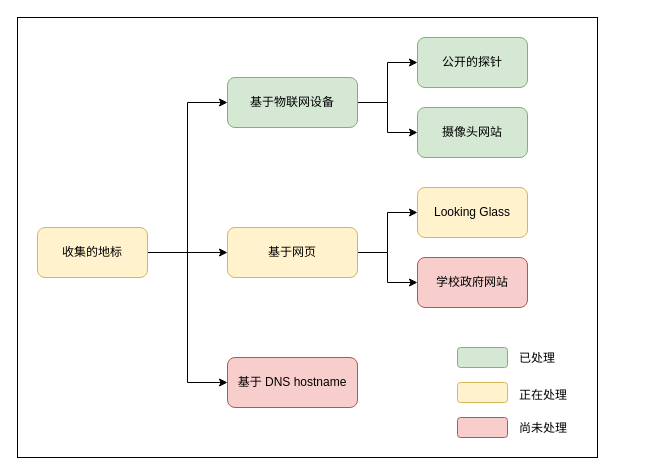
Earlier version of the draw.io diagram Untitled Diagram.drawio (masterAllen/ImageSave). Source tidied: cells renumbered, new cells numbered last; positions are measured from the earlier drawing's top-left corner, leaving out a move shared by most shapes. Both pictures are drawn from the tidied source at 100%, with x=0, y=0 at pixel (17, 17).
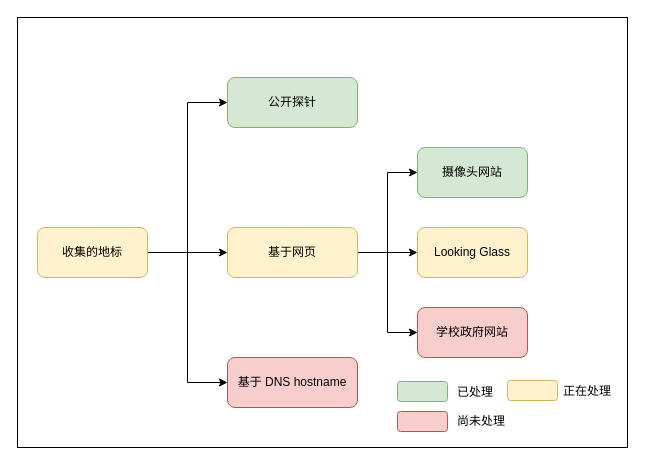
The same diagram, later.

Unchanged cells that the change refers to:
```xml
<mxCell id="8" value="基于网页" style="rounded=1;whiteSpace=wrap;html=1;fillColor=#fff2cc;strokeColor=#d6b656;" parent="1" vertex="1">
  <mxGeometry x="210" y="210" width="130" height="50" as="geometry" />
</mxCell>
```

Change to the diagram source:
```diff
@@
+    <mxCell id="24" style="rounded=0;whiteSpace=wrap;html=1;fillColor=none;" parent="1" vertex="1">
+      <mxGeometry width="610" height="430" as="geometry" />
+    </mxCell>
@@
+    <mxCell id="25" style="edgeStyle=orthogonalEdgeStyle;rounded=0;jettySize=auto;html=1;entryX=0;entryY=0.5;entryDx=0;entryDy=0;" parent="1" edge="1" source="8" target="14">
+      <mxGeometry relative="1" as="geometry" />
+    </mxCell>
@@
-    <mxCell id="9" style="edgeStyle=orthogonalEdgeStyle;rounded=0;jettySize=auto;html=1;entryX=0;entryY=0.5;entryDx=0;entryDy=0;" parent="1" edge="1" source="11" target="13">
-      <mxGeometry relative="1" as="geometry" />
-    </mxCell>
-    <mxCell id="10" style="edgeStyle=orthogonalEdgeStyle;rounded=0;jettySize=auto;html=1;entryX=0;entryY=0.5;entryDx=0;entryDy=0;" parent="1" edge="1" source="11" target="14">
-      <mxGeometry relative="1" as="geometry" />
-    </mxCell>
-    <mxCell id="11" value="基于物联网设备" style="rounded=1;whiteSpace=wrap;html=1;fillColor=#d5e8d4;strokeColor=#82b366;" parent="1" vertex="1">
+    <mxCell id="11" value="公开探针" style="rounded=1;whiteSpace=wrap;html=1;fillColor=#d5e8d4;strokeColor=#82b366;" parent="1" vertex="1">
       <mxGeometry x="210" y="60" width="130" height="50" as="geometry" />
     </mxCell>
@@
-    <mxCell id="13" value="公开的探针" style="rounded=1;whiteSpace=wrap;html=1;fillColor=#d5e8d4;strokeColor=#82b366;" parent="1" vertex="1">
-      <mxGeometry x="400" y="20" width="110" height="50" as="geometry" />
-    </mxCell>
     <mxCell id="14" value="摄像头网站" style="rounded=1;whiteSpace=wrap;html=1;fillColor=#d5e8d4;strokeColor=#82b366;" parent="1" vertex="1">
-      <mxGeometry x="400" y="90" width="110" height="50" as="geometry" />
+      <mxGeometry x="400" y="130" width="110" height="50" as="geometry" />
     </mxCell>
     <mxCell id="15" value="Looking Glass" style="rounded=1;whiteSpace=wrap;html=1;fillColor=#fff2cc;strokeColor=#d6b656;" parent="1" vertex="1">
-      <mxGeometry x="400" y="170" width="110" height="50" as="geometry" />
+      <mxGeometry x="400" y="210" width="110" height="50" as="geometry" />
     </mxCell>
     <mxCell id="16" value="学校政府网站" style="rounded=1;whiteSpace=wrap;html=1;fillColor=#f8cecc;strokeColor=#b85450;" parent="1" vertex="1">
-      <mxGeometry x="400" y="240" width="110" height="50" as="geometry" />
+      <mxGeometry x="400" y="290" width="110" height="50" as="geometry" />
     </mxCell>
     <mxCell id="17" style="rounded=1;whiteSpace=wrap;html=1;fillColor=#d5e8d4;strokeColor=#82b366;" parent="1" vertex="1">
-      <mxGeometry x="440" y="330" width="50" height="20" as="geometry" />
+      <mxGeometry x="380" y="364" width="50" height="20" as="geometry" />
     </mxCell>
     <mxCell id="18" style="rounded=1;whiteSpace=wrap;html=1;fillColor=#fff2cc;strokeColor=#d6b656;" parent="1" vertex="1">
-      <mxGeometry x="440" y="365" width="50" height="20" as="geometry" />
+      <mxGeometry x="490" y="363" width="50" height="20" as="geometry" />
     </mxCell>
@@
     <mxCell id="20" style="rounded=1;whiteSpace=wrap;html=1;fillColor=#f8cecc;strokeColor=#b85450;" parent="1" vertex="1">
-      <mxGeometry x="440" y="400" width="50" height="20" as="geometry" />
+      <mxGeometry x="380" y="394" width="50" height="20" as="geometry" />
     </mxCell>
     <mxCell id="21" value="已处理" style="text;html=1;strokeColor=none;fillColor=none;align=center;verticalAlign=middle;whiteSpace=wrap;rounded=0;" parent="1" vertex="1">
-      <mxGeometry x="490" y="326" width="60" height="30" as="geometry" />
+      <mxGeometry x="428" y="360" width="60" height="30" as="geometry" />
     </mxCell>
     <mxCell id="22" value="正在处理" style="text;html=1;strokeColor=none;fillColor=none;align=center;verticalAlign=middle;whiteSpace=wrap;rounded=0;" parent="1" vertex="1">
-      <mxGeometry x="496" y="363" width="60" height="30" as="geometry" />
+      <mxGeometry x="540" y="359" width="60" height="30" as="geometry" />
     </mxCell>
     <mxCell id="23" value="尚未处理" style="text;html=1;strokeColor=none;fillColor=none;align=center;verticalAlign=middle;whiteSpace=wrap;rounded=0;" parent="1" vertex="1">
-      <mxGeometry x="496" y="396" width="60" height="30" as="geometry" />
+      <mxGeometry x="434" y="389" width="60" height="30" as="geometry" />
     </mxCell>
-    <mxCell id="24" style="rounded=0;whiteSpace=wrap;html=1;fillColor=none;" parent="1" vertex="1">
-      <mxGeometry width="580" height="440" as="geometry" />
-    </mxCell>
```
